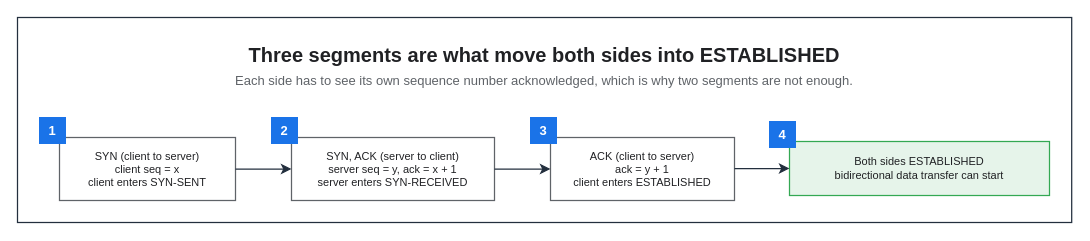
Before: assets/img/network/tcp-3-way-handshake.drawio in KKamJi98/kkamji98.github.io, a draw.io diagram. Source tidied: cells renumbered, new cells numbered last; positions are measured from the earlier drawing's top-left corner, leaving out a move shared by most shapes. Both pictures are drawn from the tidied source at 100%, with x=0, y=0 at pixel (17, 17).
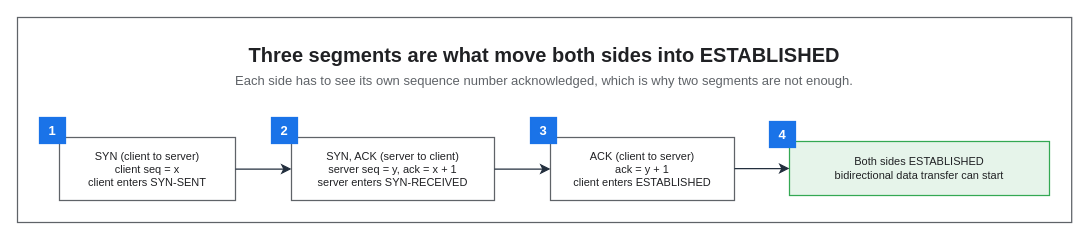
Above is the later version.

Diff of the diagram source:
```diff
@@
 <mxGraphModel background="#FFFFFF">
   <root>
     <mxCell id="0" />
     <mxCell id="1" parent="0" />
-    <mxCell id="2" style="rounded=0;html=0;fillColor=none;strokeColor=#232F3E;fontColor=#202124;strokeWidth=1.25;" parent="1" vertex="1">
+    <mxCell id="2" style="rounded=0;html=0;fillColor=none;strokeColor=#5F6368;fontColor=#202124;strokeWidth=1.25;" parent="1" vertex="1">
       <mxGeometry width="1054.2" height="205" as="geometry" />
     </mxCell>
     <mxCell id="3" value="Three segments are what move both sides into ESTABLISHED" style="text;html=0;whiteSpace=wrap;fillColor=none;strokeColor=none;fontColor=#202124;fontSize=20;fontStyle=1;align=center;verticalAlign=middle;" parent="1" vertex="1">
       <mxGeometry x="22" y="22" width="1010.2" height="30" as="geometry" />
     </mxCell>
     <mxCell id="4" value="Each side has to see its own sequence number acknowledged, which is why two segments are not enough." style="text;html=0;whiteSpace=wrap;fillColor=none;strokeColor=none;fontColor=#5F6368;fontSize=13;fontStyle=0;align=center;verticalAlign=middle;" parent="1" vertex="1">
       <mxGeometry x="22" y="52" width="1010.2" height="22" as="geometry" />
     </mxCell>
     <mxCell id="5" value="SYN  (client to server)&#10;client seq = x&#10;client enters SYN-SENT" style="rounded=0;whiteSpace=wrap;html=0;fillColor=#FFFFFF;strokeColor=#5F6368;fontColor=#202124;fontSize=11;fontStyle=0;align=center;verticalAlign=middle;spacingLeft=6;spacingRight=6;strokeWidth=1.25;" parent="1" vertex="1">
       <mxGeometry x="42" y="120" width="176" height="63" as="geometry" />
     </mxCell>
     <mxCell id="6" value="SYN, ACK  (server to client)&#10;server seq = y, ack = x + 1&#10;server enters SYN-RECEIVED" style="rounded=0;whiteSpace=wrap;html=0;fillColor=#FFFFFF;strokeColor=#5F6368;fontColor=#202124;fontSize=11;fontStyle=0;align=center;verticalAlign=middle;spacingLeft=6;spacingRight=6;strokeWidth=1.25;" parent="1" vertex="1">
       <mxGeometry x="274" y="120" width="203" height="63" as="geometry" />
     </mxCell>
     <mxCell id="7" value="ACK  (client to server)&#10;ack = y + 1&#10;client enters ESTABLISHED" style="rounded=0;whiteSpace=wrap;html=0;fillColor=#FFFFFF;strokeColor=#5F6368;fontColor=#202124;fontSize=11;fontStyle=0;align=center;verticalAlign=middle;spacingLeft=6;spacingRight=6;strokeWidth=1.25;" parent="1" vertex="1">
       <mxGeometry x="533" y="120" width="184" height="63" as="geometry" />
     </mxCell>
     <mxCell id="8" value="Both sides ESTABLISHED&#10;bidirectional data transfer can start" style="rounded=0;whiteSpace=wrap;html=0;fillColor=#E6F4EA;strokeColor=#34A853;fontColor=#202124;fontSize=11;fontStyle=0;align=center;verticalAlign=middle;spacingLeft=6;spacingRight=6;strokeWidth=1.25;" parent="1" vertex="1">
       <mxGeometry x="772" y="124" width="260" height="54" as="geometry" />
     </mxCell>
-    <mxCell id="9" value="1" style="rounded=0;whiteSpace=wrap;html=0;fillColor=#1A73E8;strokeColor=#1A73E8;fontColor=#FFFFFF;fontSize=13;fontStyle=1;align=center;verticalAlign=middle;" parent="1" vertex="1">
+    <mxCell id="9" value="1" style="rounded=0;whiteSpace=wrap;html=0;fillColor=#1A73E8;strokeColor=#1A73E8;fontColor=#FFFFFF;fontSize=13;fontStyle=1;align=center;verticalAlign=middle;strokeWidth=1.25;" parent="1" vertex="1">
       <mxGeometry x="22" y="100" width="26" height="26" as="geometry" />
     </mxCell>
-    <mxCell id="10" value="2" style="rounded=0;whiteSpace=wrap;html=0;fillColor=#1A73E8;strokeColor=#1A73E8;fontColor=#FFFFFF;fontSize=13;fontStyle=1;align=center;verticalAlign=middle;" parent="1" vertex="1">
+    <mxCell id="10" value="2" style="rounded=0;whiteSpace=wrap;html=0;fillColor=#1A73E8;strokeColor=#1A73E8;fontColor=#FFFFFF;fontSize=13;fontStyle=1;align=center;verticalAlign=middle;strokeWidth=1.25;" parent="1" vertex="1">
       <mxGeometry x="254" y="100" width="26" height="26" as="geometry" />
     </mxCell>
-    <mxCell id="11" value="3" style="rounded=0;whiteSpace=wrap;html=0;fillColor=#1A73E8;strokeColor=#1A73E8;fontColor=#FFFFFF;fontSize=13;fontStyle=1;align=center;verticalAlign=middle;" parent="1" vertex="1">
+    <mxCell id="11" value="3" style="rounded=0;whiteSpace=wrap;html=0;fillColor=#1A73E8;strokeColor=#1A73E8;fontColor=#FFFFFF;fontSize=13;fontStyle=1;align=center;verticalAlign=middle;strokeWidth=1.25;" parent="1" vertex="1">
       <mxGeometry x="513" y="100" width="26" height="26" as="geometry" />
     </mxCell>
-    <mxCell id="12" value="4" style="rounded=0;whiteSpace=wrap;html=0;fillColor=#1A73E8;strokeColor=#1A73E8;fontColor=#FFFFFF;fontSize=13;fontStyle=1;align=center;verticalAlign=middle;" parent="1" vertex="1">
+    <mxCell id="12" value="4" style="rounded=0;whiteSpace=wrap;html=0;fillColor=#1A73E8;strokeColor=#1A73E8;fontColor=#FFFFFF;fontSize=13;fontStyle=1;align=center;verticalAlign=middle;strokeWidth=1.25;" parent="1" vertex="1">
       <mxGeometry x="752" y="104" width="26" height="26" as="geometry" />
     </mxCell>
     <mxCell id="13" style="edgeStyle=orthogonalEdgeStyle;rounded=0;html=0;strokeColor=#232F3E;strokeWidth=1.25;endArrow=classic;endFill=1;endSize=7;fontSize=11;fontColor=#202124;labelBackgroundColor=none;jettySize=14;exitX=1;exitY=0.5;entryX=0;entryY=0.5;exitDx=0;exitDy=0;entryDx=0;entryDy=0;" parent="1" edge="1" source="5" target="6">
       <mxGeometry relative="1" as="geometry" />
     </mxCell>
     <mxCell id="14" style="edgeStyle=orthogonalEdgeStyle;rounded=0;html=0;strokeColor=#232F3E;strokeWidth=1.25;endArrow=classic;endFill=1;endSize=7;fontSize=11;fontColor=#202124;labelBackgroundColor=none;jettySize=14;exitX=1;exitY=0.5;entryX=0;entryY=0.5;exitDx=0;exitDy=0;entryDx=0;entryDy=0;" parent="1" edge="1" source="6" target="7">
       <mxGeometry relative="1" as="geometry" />
     </mxCell>
     <mxCell id="15" style="edgeStyle=orthogonalEdgeStyle;rounded=0;html=0;strokeColor=#232F3E;strokeWidth=1.25;endArrow=classic;endFill=1;endSize=7;fontSize=11;fontColor=#202124;labelBackgroundColor=none;jettySize=14;exitX=1;exitY=0.4921;entryX=0;entryY=0.5;exitDx=0;exitDy=0;entryDx=0;entryDy=0;" parent="1" edge="1" source="7" target="8">
       <mxGeometry relative="1" as="geometry" />
     </mxCell>
   </root>
 </mxGraphModel>
```
